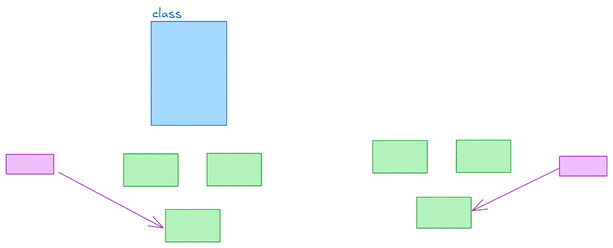
Earlier version of the Excalidraw export img/04.object.excalidraw.png (silvercodes/p41_js). Source tidied: one line per element, renumbered; positions are measured from the earlier drawing's top-left corner, leaving out a move shared by most shapes.
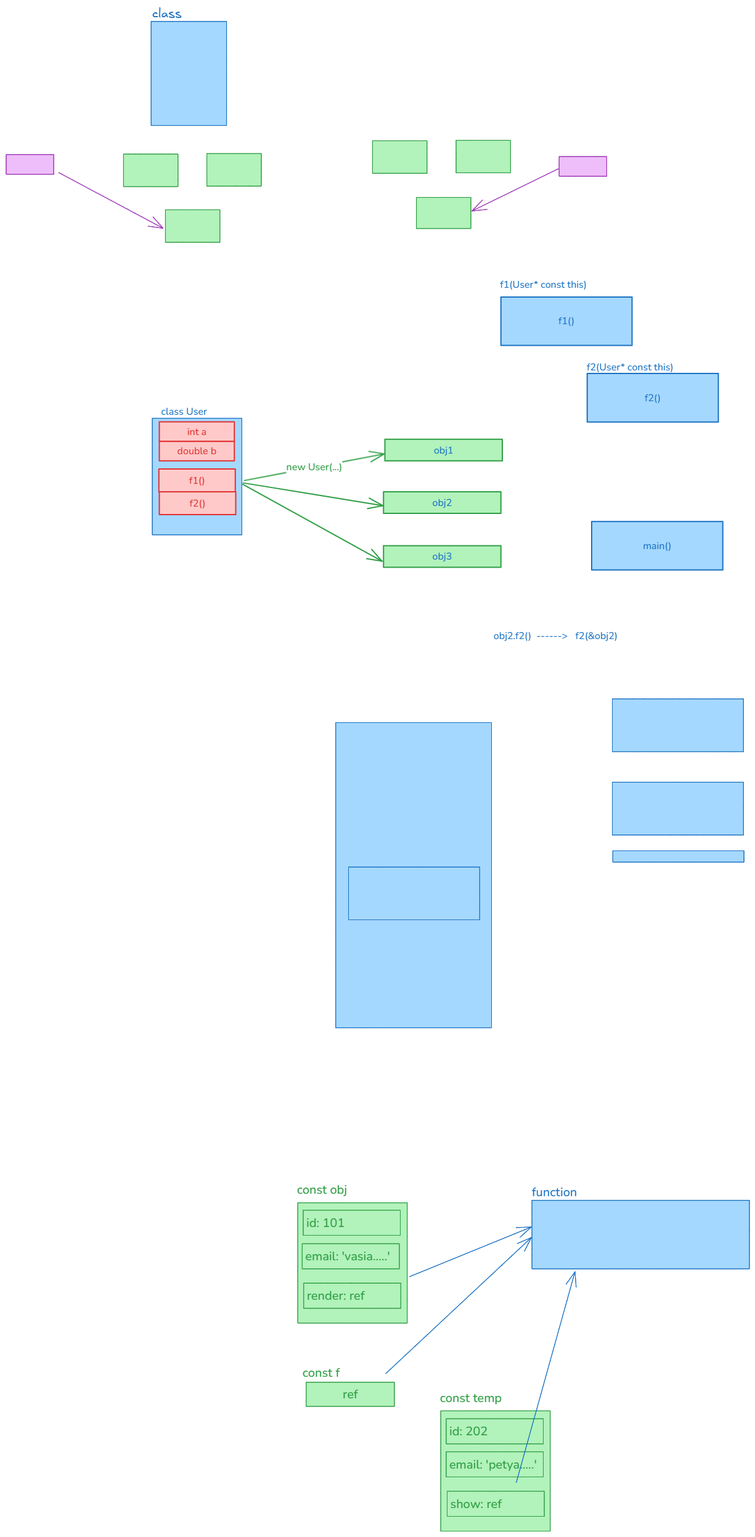
After the commit.

Change to the diagram source:
```diff
@@ -1,4 +1,4 @@
-{"id": 0, "type": "rectangle", "strokeColor": "#1971c2", "backgroundColor": "#a5d8ff", "fillStyle": "solid", "strokeWidth": 1, "roughness": 0, "x": 235, "y": 25, "width": 122, "height": 169}
+{"id": 12, "type": "rectangle", "strokeColor": "#1971c2", "backgroundColor": "#a5d8ff", "fillStyle": "solid", "strokeWidth": 1, "roughness": 0, "x": 235, "y": 25, "width": 122, "height": 169}
 {"id": 1, "type": "text", "text": "class", "strokeColor": "#1971c2", "backgroundColor": "#a5d8ff", "fillStyle": "solid", "strokeWidth": 1, "roughness": 0, "fontSize": 20, "fontFamily": 5, "x": 237, "y": 0, "width": 48, "height": 25}
 {"id": 2, "type": "rectangle", "strokeColor": "#2f9e44", "backgroundColor": "#b2f2bb", "fillStyle": "solid", "strokeWidth": 1, "roughness": 0, "x": 190, "y": 240, "width": 88, "height": 53}
 {"id": 3, "type": "rectangle", "strokeColor": "#2f9e44", "backgroundColor": "#b2f2bb", "fillStyle": "solid", "strokeWidth": 1, "roughness": 0, "x": 326, "y": 239, "width": 88, "height": 53}
@@ -10,3 +10,61 @@
 {"id": 9, "type": "arrow", "strokeColor": "#9c36b5", "backgroundColor": "#eebefa", "fillStyle": "solid", "strokeWidth": 1, "roughness": 0, "endArrowhead": "arrow", "round": true, "from": 8, "to": 4, "x": 85, "y": 270, "width": 170, "height": 90, "points": [[0, 0], [170, 90]]}
 {"id": 10, "type": "rectangle", "strokeColor": "#9c36b5", "backgroundColor": "#eebefa", "fillStyle": "solid", "strokeWidth": 1, "roughness": 0, "x": 897, "y": 244, "width": 77, "height": 32}
 {"id": 11, "type": "arrow", "strokeColor": "#9c36b5", "backgroundColor": "#eebefa", "fillStyle": "solid", "strokeWidth": 1, "roughness": 0, "endArrowhead": "arrow", "round": true, "from": 10, "to": 7, "x": 896, "y": 264, "width": 140, "height": 69, "points": [[0, 0], [-140, 69]]}
+{"id": 0, "type": "rectangle", "strokeColor": "#1971c2", "backgroundColor": "#a5d8ff", "fillStyle": "solid", "strokeWidth": 1, "roughness": 0, "x": 237, "y": 669, "width": 145, "height": 189}
+{"id": 13, "type": "text", "text": "class User", "strokeColor": "#1971c2", "strokeWidth": 2, "roughness": 1, "fontSize": 16, "fontFamily": 6, "x": 252, "y": 647, "width": 74, "height": 22}
+{"id": 14, "type": "rectangle", "strokeColor": "#e03131", "backgroundColor": "#ffc9c9", "fillStyle": "solid", "strokeWidth": 2, "roughness": 0, "x": 248, "y": 675, "width": 122, "height": 32}
+{"id": 15, "type": "text", "text": "int a", "strokeColor": "#e03131", "backgroundColor": "#ffc9c9", "fillStyle": "solid", "strokeWidth": 2, "roughness": 0, "fontSize": 16, "fontFamily": 6, "textAlign": "center", "verticalAlign": "middle", "inside": 14, "x": 294, "y": 680, "width": 31, "height": 22}
+{"id": 16, "type": "rectangle", "strokeColor": "#e03131", "backgroundColor": "#ffc9c9", "fillStyle": "solid", "strokeWidth": 2, "roughness": 0, "x": 248, "y": 706, "width": 122, "height": 32}
+{"id": 17, "type": "text", "text": "double b", "strokeColor": "#e03131", "backgroundColor": "#ffc9c9", "fillStyle": "solid", "strokeWidth": 2, "roughness": 0, "fontSize": 16, "fontFamily": 6, "textAlign": "center", "verticalAlign": "middle", "inside": 16, "x": 278, "y": 711, "width": 64, "height": 22}
+{"id": 18, "type": "rectangle", "strokeColor": "#e03131", "backgroundColor": "#ffc9c9", "fillStyle": "solid", "strokeWidth": 2, "roughness": 0, "x": 248, "y": 751, "width": 124, "height": 37}
+{"id": 19, "type": "text", "text": "f1()", "strokeColor": "#e03131", "backgroundColor": "#ffc9c9", "fillStyle": "solid", "strokeWidth": 2, "roughness": 0, "fontSize": 16, "fontFamily": 6, "textAlign": "center", "verticalAlign": "middle", "inside": 18, "x": 297, "y": 759, "width": 26, "height": 22}
+{"id": 20, "type": "rectangle", "strokeColor": "#e03131", "backgroundColor": "#ffc9c9", "fillStyle": "solid", "strokeWidth": 2, "roughness": 0, "x": 248, "y": 788, "width": 124, "height": 37}
+{"id": 21, "type": "text", "text": "f2()", "strokeColor": "#e03131", "backgroundColor": "#ffc9c9", "fillStyle": "solid", "strokeWidth": 2, "roughness": 0, "fontSize": 16, "fontFamily": 6, "textAlign": "center", "verticalAlign": "middle", "inside": 20, "x": 297, "y": 796, "width": 26, "height": 22}
+{"id": 22, "type": "rectangle", "strokeColor": "#2f9e44", "backgroundColor": "#b2f2bb", "fillStyle": "solid", "strokeWidth": 2, "roughness": 0, "x": 615, "y": 703, "width": 191, "height": 35}
+{"id": 23, "type": "text", "text": "obj1", "strokeColor": "#1971c2", "backgroundColor": "#a5d8ff", "fillStyle": "solid", "strokeWidth": 2, "roughness": 0, "fontSize": 16, "fontFamily": 6, "textAlign": "center", "verticalAlign": "middle", "inside": 22, "x": 694, "y": 709, "width": 32, "height": 22}
+{"id": 24, "type": "arrow", "strokeColor": "#2f9e44", "backgroundColor": "#b2f2bb", "fillStyle": "solid", "strokeWidth": 2, "roughness": 0, "endArrowhead": "arrow", "round": true, "from": 18, "to": 22, "x": 386, "y": 770, "width": 227, "height": 43, "points": [[0, 0], [227, -43]]}
+{"id": 25, "type": "text", "text": "new User(...)", "strokeColor": "#2f9e44", "backgroundColor": "#b2f2bb", "fillStyle": "solid", "strokeWidth": 2, "roughness": 0, "fontSize": 16, "fontFamily": 6, "textAlign": "center", "verticalAlign": "middle", "inside": 24, "x": 410, "y": 744, "width": 91, "height": 22}
+{"id": 26, "type": "rectangle", "strokeColor": "#2f9e44", "backgroundColor": "#b2f2bb", "fillStyle": "solid", "strokeWidth": 2, "roughness": 0, "x": 612, "y": 788, "width": 191, "height": 35}
+{"id": 27, "type": "text", "text": "obj2", "strokeColor": "#1971c2", "backgroundColor": "#a5d8ff", "fillStyle": "solid", "strokeWidth": 2, "roughness": 0, "fontSize": 16, "fontFamily": 6, "textAlign": "center", "verticalAlign": "middle", "inside": 26, "x": 692, "y": 795, "width": 32, "height": 22}
+{"id": 28, "type": "rectangle", "strokeColor": "#2f9e44", "backgroundColor": "#b2f2bb", "fillStyle": "solid", "strokeWidth": 2, "roughness": 0, "x": 612, "y": 876, "width": 191, "height": 35}
+{"id": 29, "type": "text", "text": "obj3", "strokeColor": "#1971c2", "backgroundColor": "#a5d8ff", "fillStyle": "solid", "strokeWidth": 2, "roughness": 0, "fontSize": 16, "fontFamily": 6, "textAlign": "center", "verticalAlign": "middle", "inside": 28, "x": 692, "y": 882, "width": 32, "height": 22}
+{"id": 30, "type": "arrow", "strokeColor": "#2f9e44", "backgroundColor": "#b2f2bb", "fillStyle": "solid", "strokeWidth": 2, "roughness": 0, "endArrowhead": "arrow", "round": true, "from": 18, "to": 26, "x": 385, "y": 774, "width": 226, "height": 37, "points": [[0, 0], [226, 37]]}
+{"id": 31, "type": "arrow", "strokeColor": "#2f9e44", "backgroundColor": "#b2f2bb", "fillStyle": "solid", "strokeWidth": 2, "roughness": 0, "endArrowhead": "arrow", "round": true, "from": 18, "to": 28, "x": 384, "y": 776, "width": 226, "height": 125, "points": [[0, 0], [226, 125]]}
+{"id": 32, "type": "rectangle", "strokeColor": "#1971c2", "backgroundColor": "#a5d8ff", "fillStyle": "solid", "strokeWidth": 2, "roughness": 0, "x": 803, "y": 472, "width": 213, "height": 79}
+{"id": 33, "type": "text", "text": "f1()", "strokeColor": "#1971c2", "backgroundColor": "#a5d8ff", "fillStyle": "solid", "strokeWidth": 2, "roughness": 0, "fontSize": 16, "fontFamily": 6, "textAlign": "center", "verticalAlign": "middle", "inside": 32, "x": 896, "y": 500, "width": 26, "height": 22}
+{"id": 34, "type": "rectangle", "strokeColor": "#1971c2", "backgroundColor": "#a5d8ff", "fillStyle": "solid", "strokeWidth": 2, "roughness": 0, "x": 943, "y": 596, "width": 213, "height": 79}
+{"id": 35, "type": "text", "text": "f2()", "strokeColor": "#1971c2", "backgroundColor": "#a5d8ff", "fillStyle": "solid", "strokeWidth": 2, "roughness": 0, "fontSize": 16, "fontFamily": 6, "textAlign": "center", "verticalAlign": "middle", "inside": 34, "x": 1036, "y": 625, "width": 26, "height": 22}
+{"id": 36, "type": "rectangle", "strokeColor": "#1971c2", "backgroundColor": "#a5d8ff", "fillStyle": "solid", "strokeWidth": 2, "roughness": 0, "x": 950, "y": 836, "width": 213, "height": 79}
+{"id": 37, "type": "text", "text": "main()", "strokeColor": "#1971c2", "backgroundColor": "#a5d8ff", "fillStyle": "solid", "strokeWidth": 2, "roughness": 0, "fontSize": 16, "fontFamily": 6, "textAlign": "center", "verticalAlign": "middle", "inside": 36, "x": 1033, "y": 865, "width": 46, "height": 22}
+{"id": 38, "type": "text", "text": "obj2.f2()  ------>   f2(&obj2)", "strokeColor": "#1971c2", "backgroundColor": "#a5d8ff", "fillStyle": "solid", "strokeWidth": 2, "roughness": 0, "fontSize": 16, "fontFamily": 6, "x": 791, "y": 1011, "width": 201, "height": 22}
+{"id": 39, "type": "text", "text": "f1(User* const this)", "strokeColor": "#1971c2", "backgroundColor": "#a5d8ff", "fillStyle": "solid", "strokeWidth": 2, "roughness": 0, "fontSize": 16, "fontFamily": 6, "x": 801, "y": 441, "width": 141, "height": 22}
+{"id": 40, "type": "text", "text": "f2(User* const this)", "strokeColor": "#1971c2", "backgroundColor": "#a5d8ff", "fillStyle": "solid", "strokeWidth": 2, "roughness": 0, "fontSize": 16, "fontFamily": 6, "x": 942, "y": 575, "width": 141, "height": 22}
+{"id": 41, "type": "rectangle", "strokeColor": "#1971c2", "backgroundColor": "#a5d8ff", "fillStyle": "solid", "strokeWidth": 1, "roughness": 0, "x": 535, "y": 1162, "width": 253, "height": 495}
+{"id": 42, "type": "rectangle", "strokeColor": "#1971c2", "backgroundColor": "#a5d8ff", "fillStyle": "solid", "strokeWidth": 1, "roughness": 0, "x": 984, "y": 1124, "width": 213, "height": 86}
+{"id": 43, "type": "rectangle", "strokeColor": "#1971c2", "backgroundColor": "#a5d8ff", "fillStyle": "solid", "strokeWidth": 1, "roughness": 0, "x": 984, "y": 1259, "width": 213, "height": 86}
+{"id": 44, "type": "rectangle", "strokeColor": "#1971c2", "backgroundColor": "#a5d8ff", "fillStyle": "solid", "strokeWidth": 1, "roughness": 0, "x": 556, "y": 1397, "width": 213, "height": 86}
+{"id": 45, "type": "rectangle", "strokeColor": "#1971c2", "backgroundColor": "#a5d8ff", "fillStyle": "solid", "strokeWidth": 1, "roughness": 0, "x": 984, "y": 1370, "width": 213, "height": 18}
+{"id": 46, "type": "rectangle", "strokeColor": "#2f9e44", "backgroundColor": "#b2f2bb", "fillStyle": "solid", "strokeWidth": 1, "roughness": 0, "x": 473, "y": 1942, "width": 178, "height": 195}
+{"id": 47, "type": "rectangle", "strokeColor": "#2f9e44", "backgroundColor": "#b2f2bb", "fillStyle": "solid", "strokeWidth": 1, "roughness": 0, "x": 482, "y": 1954, "width": 158, "height": 41}
+{"id": 48, "type": "text", "text": "id: 101", "strokeColor": "#2f9e44", "backgroundColor": "#b2f2bb", "fillStyle": "solid", "strokeWidth": 1, "roughness": 0, "fontSize": 20, "fontFamily": 6, "verticalAlign": "middle", "inside": 47, "x": 487, "y": 1961, "width": 62, "height": 27}
+{"id": 49, "type": "rectangle", "strokeColor": "#2f9e44", "backgroundColor": "#b2f2bb", "fillStyle": "solid", "strokeWidth": 1, "roughness": 0, "x": 480, "y": 2008, "width": 158, "height": 41}
+{"id": 50, "type": "text", "text": "email: 'vasia.....'", "strokeColor": "#2f9e44", "backgroundColor": "#b2f2bb", "fillStyle": "solid", "strokeWidth": 1, "roughness": 0, "fontSize": 20, "fontFamily": 6, "verticalAlign": "middle", "inside": 49, "x": 485, "y": 2015, "width": 137, "height": 27}
+{"id": 51, "type": "rectangle", "strokeColor": "#2f9e44", "backgroundColor": "#b2f2bb", "fillStyle": "solid", "strokeWidth": 1, "roughness": 0, "x": 483, "y": 2072, "width": 158, "height": 41}
+{"id": 52, "type": "text", "text": "render: ref", "strokeColor": "#2f9e44", "backgroundColor": "#b2f2bb", "fillStyle": "solid", "strokeWidth": 1, "roughness": 0, "fontSize": 20, "fontFamily": 6, "verticalAlign": "middle", "inside": 51, "x": 488, "y": 2079, "width": 94, "height": 27}
+{"id": 53, "type": "rectangle", "strokeColor": "#1971c2", "backgroundColor": "#a5d8ff", "fillStyle": "solid", "strokeWidth": 1, "roughness": 0, "x": 853, "y": 1938, "width": 353, "height": 111}
+{"id": 54, "type": "arrow", "strokeColor": "#1971c2", "backgroundColor": "#a5d8ff", "fillStyle": "solid", "strokeWidth": 1, "roughness": 0, "endArrowhead": "arrow", "round": true, "from": 51, "to": 53, "x": 654, "y": 2062, "width": 198, "height": 81, "points": [[0, 0], [198, -81]]}
+{"id": 55, "type": "text", "text": "function", "strokeColor": "#1971c2", "backgroundColor": "#a5d8ff", "fillStyle": "solid", "strokeWidth": 1, "roughness": 0, "fontSize": 20, "fontFamily": 6, "x": 853, "y": 1911, "width": 74, "height": 27}
+{"id": 56, "type": "rectangle", "strokeColor": "#2f9e44", "backgroundColor": "#b2f2bb", "fillStyle": "solid", "strokeWidth": 1, "roughness": 0, "x": 487, "y": 2233, "width": 143, "height": 39}
+{"id": 57, "type": "text", "text": "ref", "strokeColor": "#2f9e44", "backgroundColor": "#b2f2bb", "fillStyle": "solid", "strokeWidth": 1, "roughness": 0, "fontSize": 20, "fontFamily": 6, "textAlign": "center", "verticalAlign": "middle", "inside": 56, "x": 546, "y": 2239, "width": 25, "height": 27}
+{"id": 58, "type": "text", "text": "const f", "strokeColor": "#2f9e44", "backgroundColor": "#b2f2bb", "fillStyle": "solid", "strokeWidth": 1, "roughness": 0, "fontSize": 20, "fontFamily": 6, "x": 481, "y": 2204, "width": 60, "height": 27}
+{"id": 59, "type": "text", "text": "const obj", "strokeColor": "#2f9e44", "backgroundColor": "#b2f2bb", "fillStyle": "solid", "strokeWidth": 1, "roughness": 0, "fontSize": 20, "fontFamily": 6, "x": 472, "y": 1907, "width": 81, "height": 27}
+{"id": 60, "type": "arrow", "strokeColor": "#1971c2", "backgroundColor": "#b2f2bb", "fillStyle": "solid", "strokeWidth": 1, "roughness": 0, "endArrowhead": "arrow", "round": true, "from": 56, "to": 53, "x": 616, "y": 2219, "width": 236, "height": 221, "points": [[0, 0], [236, -221]]}
+{"id": 61, "type": "rectangle", "strokeColor": "#2f9e44", "backgroundColor": "#b2f2bb", "fillStyle": "solid", "strokeWidth": 1, "roughness": 0, "x": 705, "y": 2279, "width": 178, "height": 195}
+{"id": 62, "type": "rectangle", "strokeColor": "#2f9e44", "backgroundColor": "#b2f2bb", "fillStyle": "solid", "strokeWidth": 1, "roughness": 0, "x": 714, "y": 2292, "width": 158, "height": 41}
+{"id": 63, "type": "text", "text": "id: 202", "strokeColor": "#2f9e44", "backgroundColor": "#b2f2bb", "fillStyle": "solid", "strokeWidth": 1, "roughness": 0, "fontSize": 20, "fontFamily": 6, "verticalAlign": "middle", "inside": 62, "x": 719, "y": 2299, "width": 62, "height": 27}
+{"id": 64, "type": "rectangle", "strokeColor": "#2f9e44", "backgroundColor": "#b2f2bb", "fillStyle": "solid", "strokeWidth": 1, "roughness": 0, "x": 714, "y": 2346, "width": 158, "height": 41}
+{"id": 65, "type": "text", "text": "email: 'petya.....'", "strokeColor": "#2f9e44", "backgroundColor": "#b2f2bb", "fillStyle": "solid", "strokeWidth": 1, "roughness": 0, "fontSize": 20, "fontFamily": 6, "verticalAlign": "middle", "inside": 64, "x": 719, "y": 2353, "width": 142, "height": 27}
+{"id": 66, "type": "rectangle", "strokeColor": "#2f9e44", "backgroundColor": "#b2f2bb", "fillStyle": "solid", "strokeWidth": 1, "roughness": 0, "x": 716, "y": 2410, "width": 158, "height": 41}
+{"id": 67, "type": "text", "text": "show: ref", "strokeColor": "#2f9e44", "backgroundColor": "#b2f2bb", "fillStyle": "solid", "strokeWidth": 1, "roughness": 0, "fontSize": 20, "fontFamily": 6, "verticalAlign": "middle", "inside": 66, "x": 721, "y": 2417, "width": 84, "height": 27}
+{"id": 68, "type": "text", "text": "const temp", "strokeColor": "#2f9e44", "backgroundColor": "#b2f2bb", "fillStyle": "solid", "strokeWidth": 1, "roughness": 0, "fontSize": 20, "fontFamily": 6, "x": 704, "y": 2245, "width": 100, "height": 27}
+{"id": 69, "type": "arrow", "strokeColor": "#1971c2", "backgroundColor": "#b2f2bb", "fillStyle": "solid", "strokeWidth": 1, "roughness": 0, "endArrowhead": "arrow", "round": true, "from": 66, "to": 53, "x": 828, "y": 2396, "width": 95, "height": 342, "points": [[0, 0], [95, -342]]}
```
